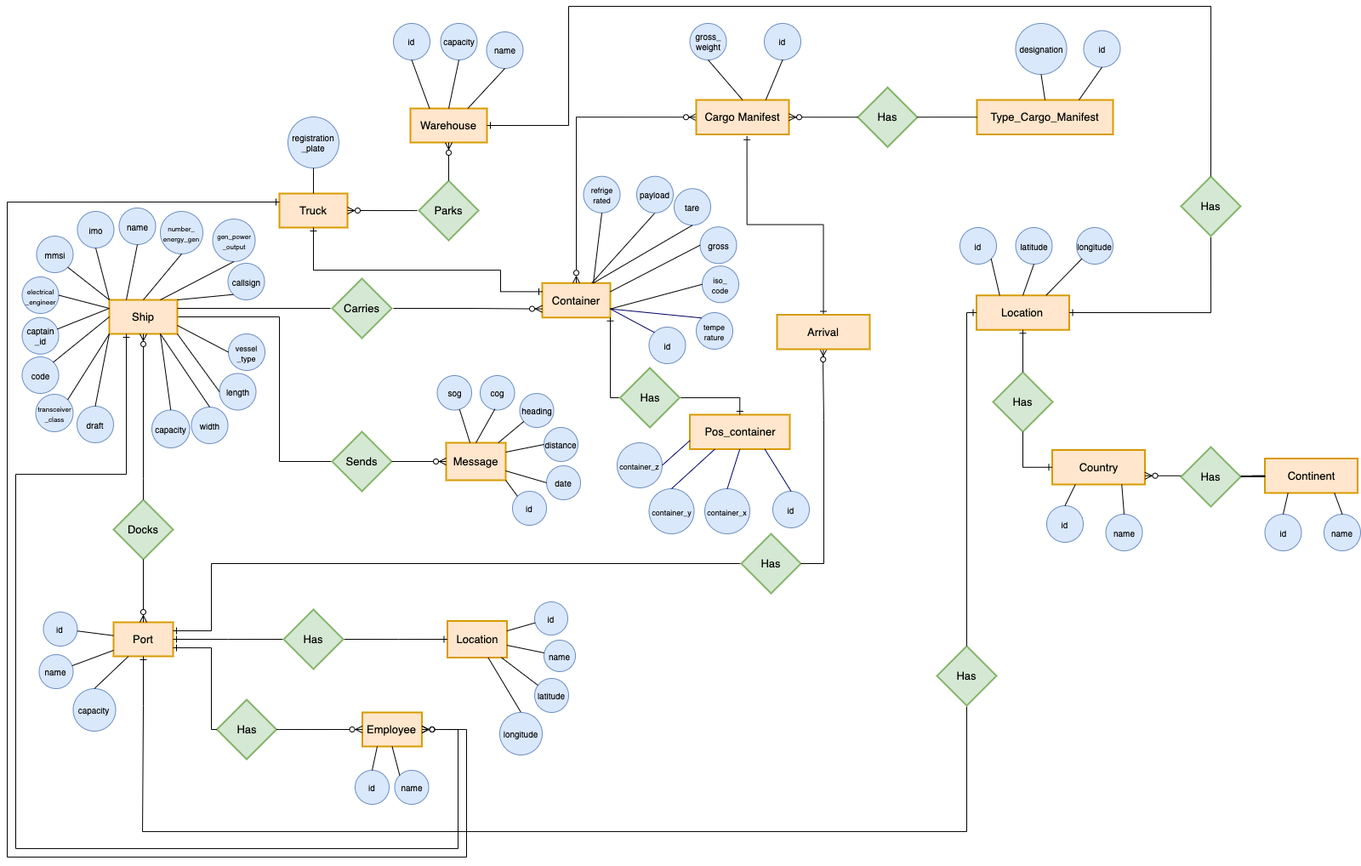
Earlier version of the draw.io export docs/Sprint 1/US108/Entity_Relation_Model.png (rui-goncalo/LAPR3). Source tidied: cells renumbered, new cells last; positions are measured from the earlier drawing's top-left corner, leaving out a move shared by most shapes.
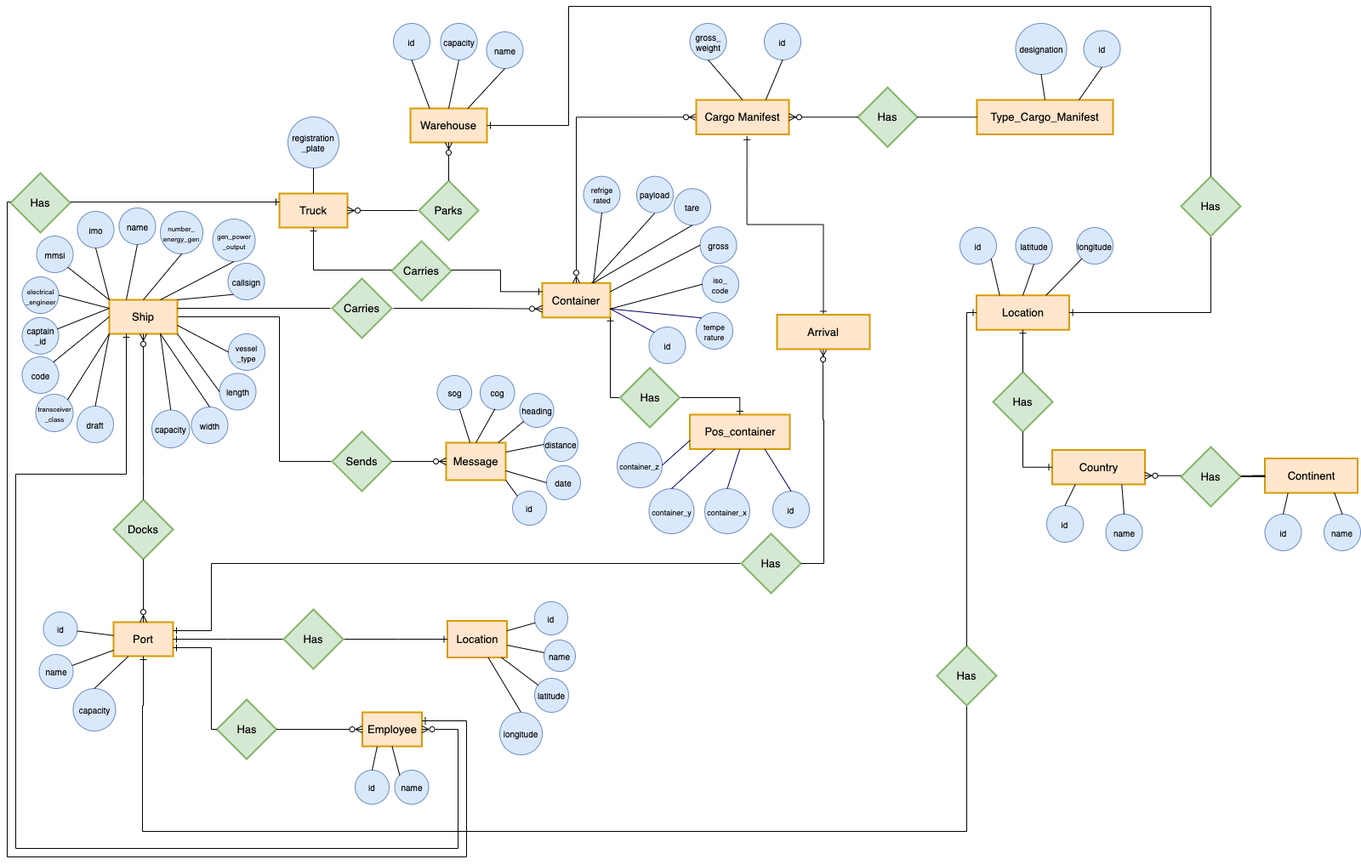
The same file after the commit.

Commit message:
US 101 - Entity Relation Model updated

Change to the diagram source:
```diff
@@ -615,15 +615,27 @@
         </Array>
       </mxGeometry>
     </mxCell>
-    <mxCell id="175" style="edgeStyle=orthogonalEdgeStyle;rounded=0;jettySize=auto;html=1;endArrow=ERzeroToMany;endFill=0;startArrow=ERone;startFill=0;exitX=0;exitY=0.25;exitDx=0;exitDy=0;entryX=1;entryY=0.5;entryDx=0;entryDy=0;" parent="1" edge="1" source="73" target="102">
+    <mxCell id="175" style="edgeStyle=orthogonalEdgeStyle;rounded=0;jettySize=auto;html=1;endArrow=ERone;endFill=0;startArrow=ERone;startFill=0;exitX=0;exitY=0.25;exitDx=0;exitDy=0;entryX=1;entryY=0.25;entryDx=0;entryDy=0;" parent="1" edge="1" source="73" target="102">
       <mxGeometry relative="1" as="geometry">
         <Array as="points">
           <mxPoint y="230" />
           <mxPoint y="1000" />
           <mxPoint x="540" y="1000" />
-          <mxPoint x="540" y="850" />
+          <mxPoint x="540" y="840" />
         </Array>
       </mxGeometry>
     </mxCell>
+    <mxCell id="176" style="group;" parent="1" vertex="1">
+      <mxGeometry x="450" y="274" width="74" height="74" as="geometry" />
+    </mxCell>
+    <mxCell id="177" value="Entity" style="strokeWidth=2;whiteSpace=wrap;html=1;align=center;fontSize=14;fillColor=none;strokeColor=none;" parent="176" vertex="1">
+      <mxGeometry width="74" height="74" as="geometry" />
+    </mxCell>
+    <mxCell id="178" value="Carries" style="shape=rhombus;strokeWidth=2;fontSize=13;perimeter=rhombusPerimeter;whiteSpace=wrap;html=1;align=center;fillColor=#d5e8d4;strokeColor=#82b366;" parent="176" vertex="1">
+      <mxGeometry x="2" y="2" width="70" height="70" as="geometry" />
+    </mxCell>
+    <mxCell id="179" value="Has" style="shape=rhombus;strokeWidth=2;fontSize=13;perimeter=rhombusPerimeter;whiteSpace=wrap;html=1;align=center;fillColor=#d5e8d4;strokeColor=#82b366;" parent="1" vertex="1">
+      <mxGeometry x="4" y="196" width="70" height="70" as="geometry" />
+    </mxCell>
   </root>
 </mxGraphModel>
```
